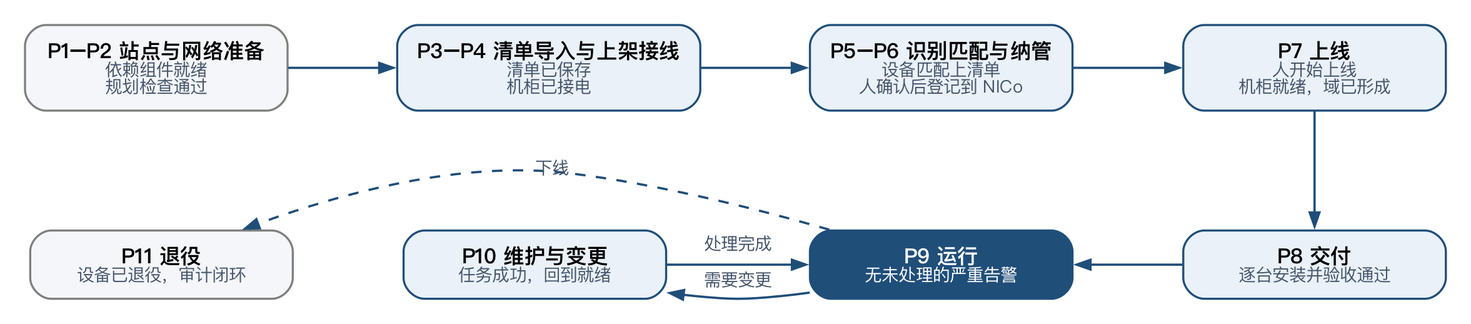
This is docs/design/figures/workflow.png from DaoCloud/PXEye, a Graphviz export, as it was before one commit. Its source is kept beside it as docs/design/figures/workflow.dot.
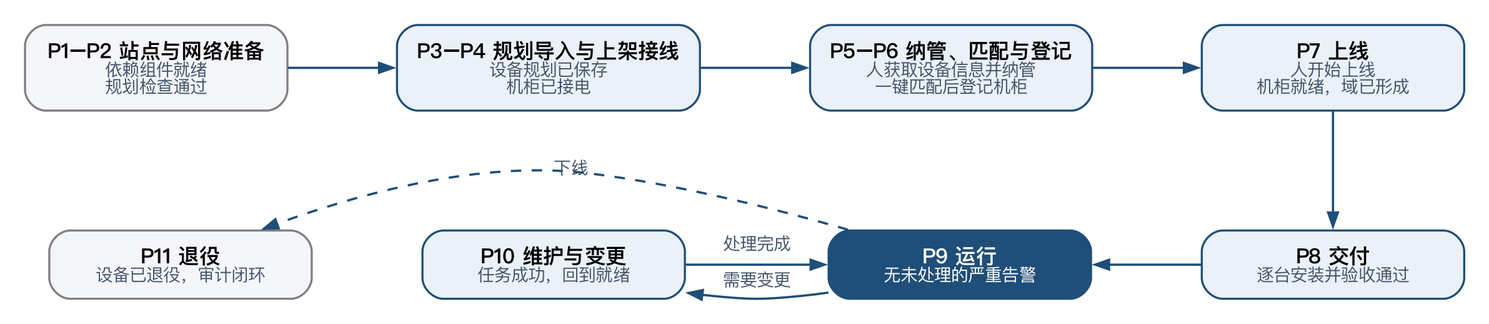
After the commit.

Diff of the diagram source:
```diff
@@ -3,8 +3,8 @@
   node  [shape=box, style="rounded,filled", fontname="PingFang SC", fontsize=12, color="#1F4E79", fillcolor="#EAF1F8", penwidth=1.2, margin="0.16,0.12", width=2.1];
   edge  [fontname="PingFang SC", fontsize=10, color="#1F4E79", fontcolor="#44546A", arrowsize=0.8, penwidth=1.3];
   s0 [fillcolor="#F4F6F9", color="#7F7F7F", label=<<b>P1–P2 站点与网络准备</b><br/><font point-size="10" color="#44546A">依赖组件就绪<br/>规划检查通过</font>>];
-  s1 [label=<<b>P3–P4 清单导入与上架接线</b><br/><font point-size="10" color="#44546A">清单已保存<br/>机柜已接电</font>>];
-  s2 [label=<<b>P5–P6 识别匹配与纳管</b><br/><font point-size="10" color="#44546A">设备匹配上清单<br/>人确认后登记到 NICo</font>>];
+  s1 [label=<<b>P3–P4 规划导入与上架接线</b><br/><font point-size="10" color="#44546A">设备规划已保存<br/>机柜已接电</font>>];
+  s2 [label=<<b>P5–P6 纳管、匹配与登记</b><br/><font point-size="10" color="#44546A">人获取设备信息并纳管<br/>一键匹配后登记机柜</font>>];
   s3 [label=<<b>P7 上线</b><br/><font point-size="10" color="#44546A">人开始上线<br/>机柜就绪，域已形成</font>>];
   s4 [label=<<b>P8 交付</b><br/><font point-size="10" color="#44546A">逐台安装并验收通过</font>>];
   s5 [fillcolor="#1F4E79", fontcolor="white", label=<<b>P9 运行</b><br/><font point-size="10">无未处理的严重告警</font>>];
```
